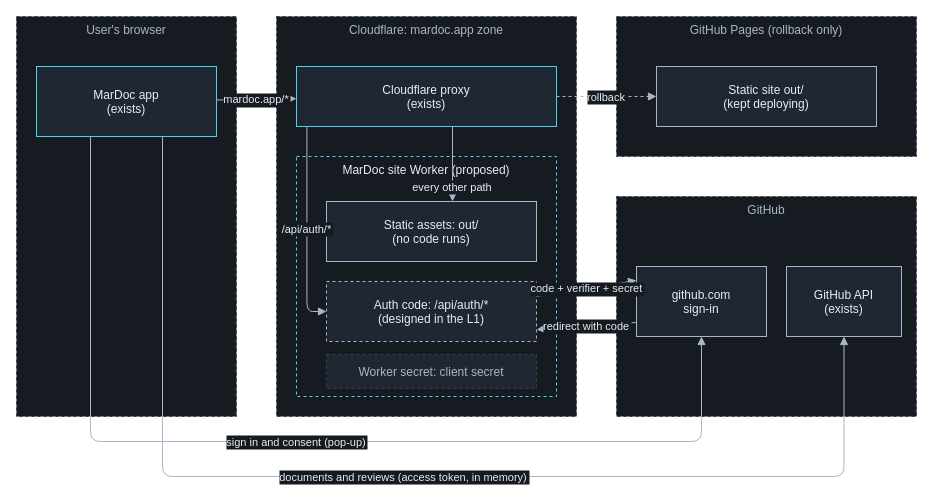
Above: docs/design/cloudflare-hosting/diagrams/landscape.drawio in mardoc-app/mardoc-app.github.io (draw.io), before the change. Source tidied: cells renumbered, new cells numbered last; positions are measured from the earlier drawing's top-left corner, leaving out a move shared by most shapes. Both pictures are drawn from the tidied source at 100%, with x=0, y=0 at pixel (16, 16).
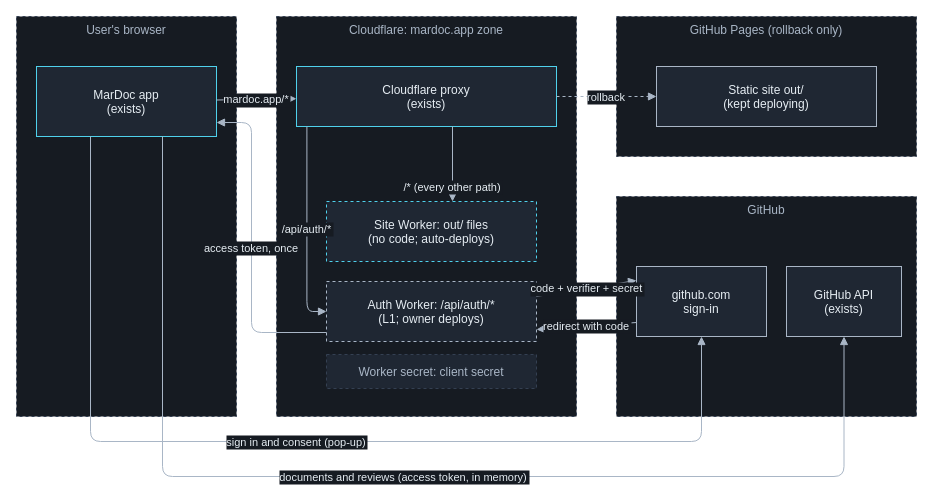
The same page after the edit.

Commit message (it also covers changes not shown here):
CFH L0: reshape to code-free Site Worker with separate Auth Worker; apply review findings; record review and dispositions

Unchanged cells that the change refers to:
```xml
<mxCell id="6" value="MarDoc app&#10;(exists)" style="rounded=0;html=0;fillColor=#1f2733;strokeColor=#4fd1ec;fontColor=#e6edf3;" parent="1" vertex="1">
  <mxGeometry x="20" y="50" width="180" height="70" as="geometry" />
</mxCell>
<mxCell id="7" value="Cloudflare proxy&#10;(exists)" style="rounded=0;html=0;fillColor=#1f2733;strokeColor=#4fd1ec;fontColor=#e6edf3;" parent="1" vertex="1">
  <mxGeometry x="280" y="50" width="260" height="60" as="geometry" />
</mxCell>
```

Change to the diagram source:
```diff
@@
-    <mxCell id="8" value="MarDoc site Worker (proposed)" style="rounded=0;html=0;dashed=1;verticalAlign=top;fillColor=#161b22;strokeColor=#4fd1ec;fontColor=#e6edf3;" parent="1" vertex="1">
-      <mxGeometry x="280" y="140" width="260" height="240" as="geometry" />
-    </mxCell>
-    <mxCell id="9" value="Static assets: out/&#10;(no code runs)" style="rounded=0;html=0;fillColor=#1f2733;strokeColor=#a9b6c6;fontColor=#e6edf3;" parent="1" vertex="1">
+    <mxCell id="9" value="Site Worker: out/ files&#10;(no code; auto-deploys)" style="rounded=0;html=0;dashed=1;fillColor=#1f2733;strokeColor=#4fd1ec;fontColor=#e6edf3;" parent="1" vertex="1">
       <mxGeometry x="310" y="185" width="210" height="60" as="geometry" />
     </mxCell>
-    <mxCell id="10" value="Auth code: /api/auth/*&#10;(designed in the L1)" style="rounded=0;html=0;dashed=1;fillColor=#1f2733;strokeColor=#a9b6c6;fontColor=#e6edf3;" parent="1" vertex="1">
+    <mxCell id="10" value="Auth Worker: /api/auth/*&#10;(L1; owner deploys)" style="rounded=0;html=0;dashed=1;fillColor=#1f2733;strokeColor=#a9b6c6;fontColor=#e6edf3;" parent="1" vertex="1">
       <mxGeometry x="310" y="265" width="210" height="60" as="geometry" />
     </mxCell>
@@
-    <mxCell id="16" value="every other path" style="html=0;strokeColor=#a9b6c6;fontColor=#e6edf3;labelBackgroundColor=#161b22;endArrow=block;endFill=1;exitX=0.6;exitY=1;entryX=0.6;entryY=0;" parent="1" edge="1" source="7" target="9">
+    <mxCell id="16" value="/* (every other path)" style="html=0;strokeColor=#a9b6c6;fontColor=#e6edf3;labelBackgroundColor=#161b22;endArrow=block;endFill=1;exitX=0.6;exitY=1;entryX=0.6;entryY=0;" parent="1" edge="1" source="7" target="9">
       <mxGeometry x="0.6" relative="1" as="geometry" />
     </mxCell>
@@
+    <mxCell id="23" value="access token, once" style="html=0;strokeColor=#a9b6c6;fontColor=#e6edf3;labelBackgroundColor=#161b22;endArrow=block;endFill=1;edgeStyle=orthogonalEdgeStyle;exitX=0;exitY=0.85;entryX=1;entryY=0.8;" parent="1" edge="1" source="10" target="6">
+      <mxGeometry relative="1" as="geometry">
+        <Array as="points">
+          <mxPoint x="235" y="316" />
+          <mxPoint x="235" y="106" />
+        </Array>
+      </mxGeometry>
+    </mxCell>
```
